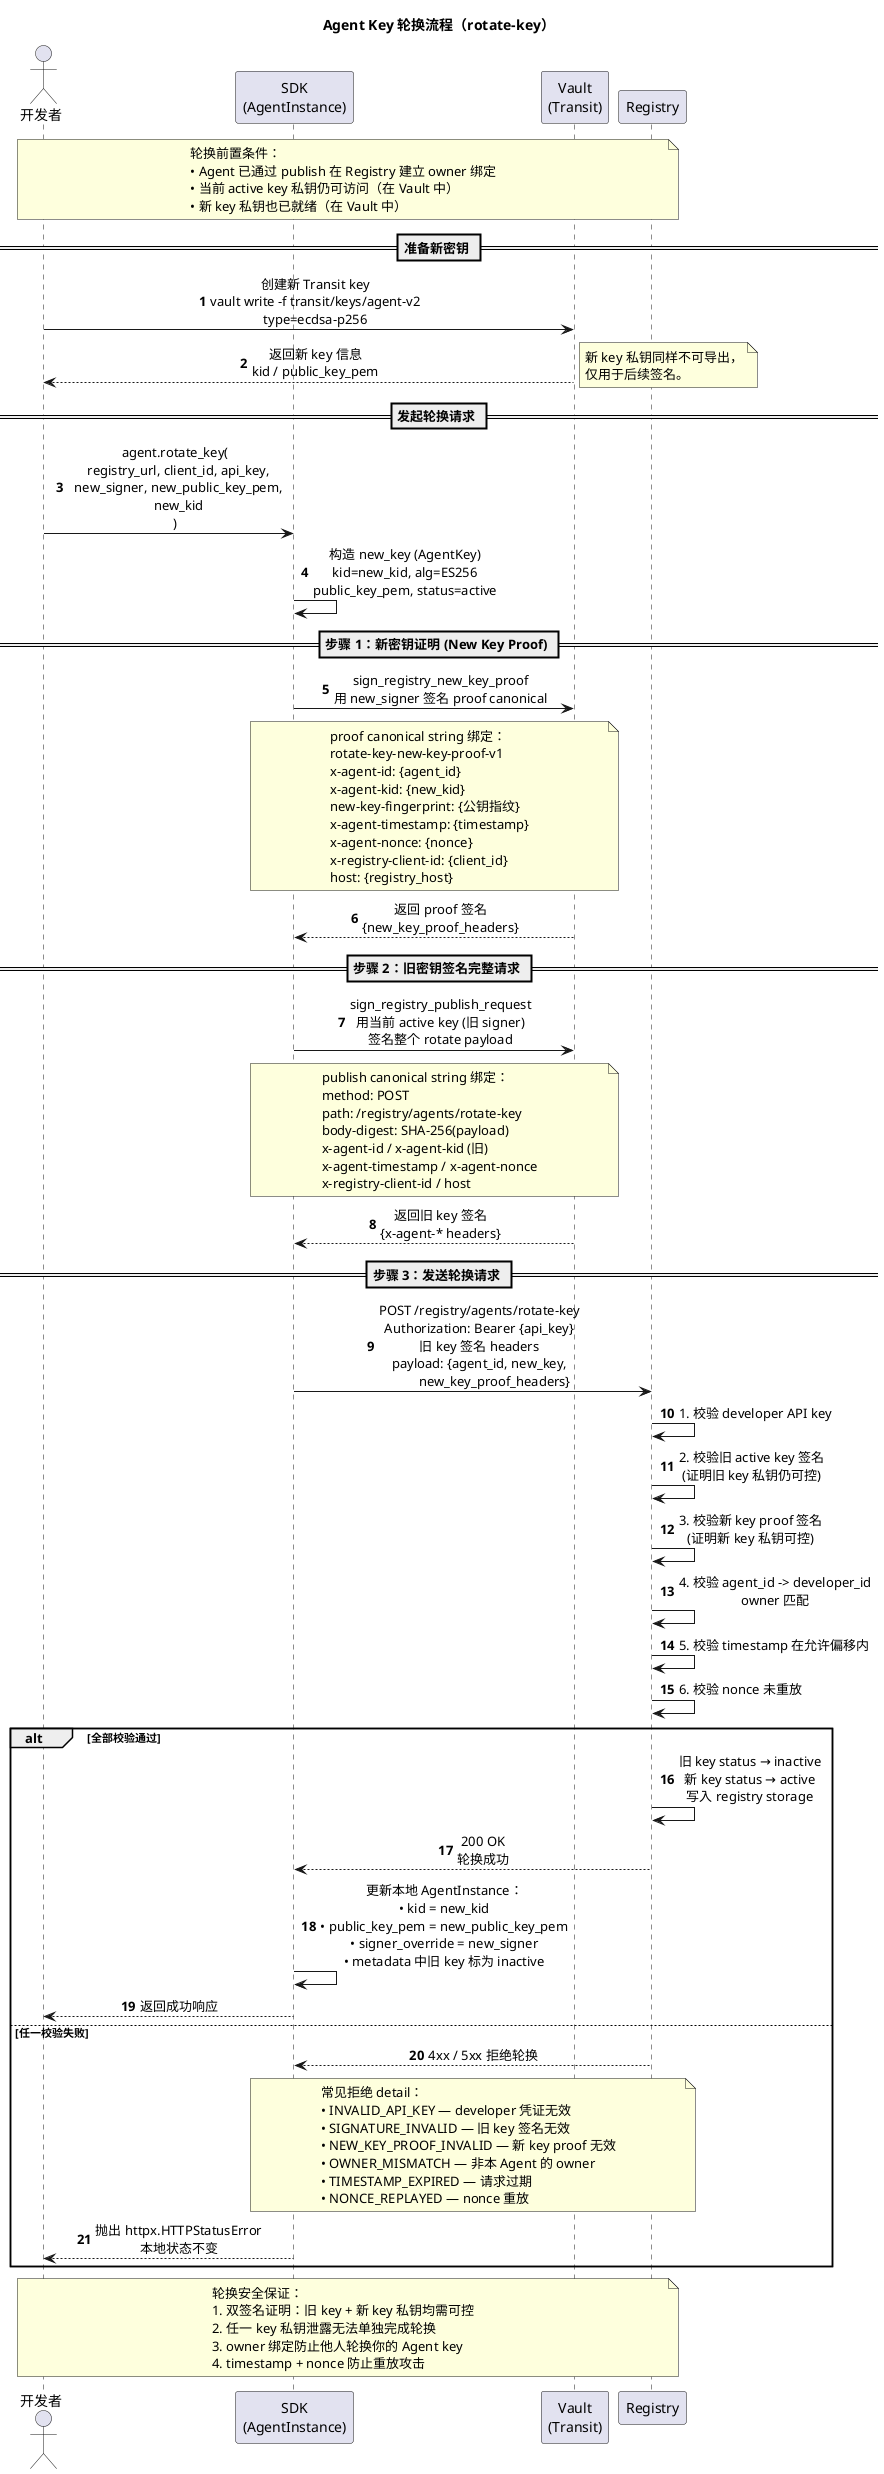
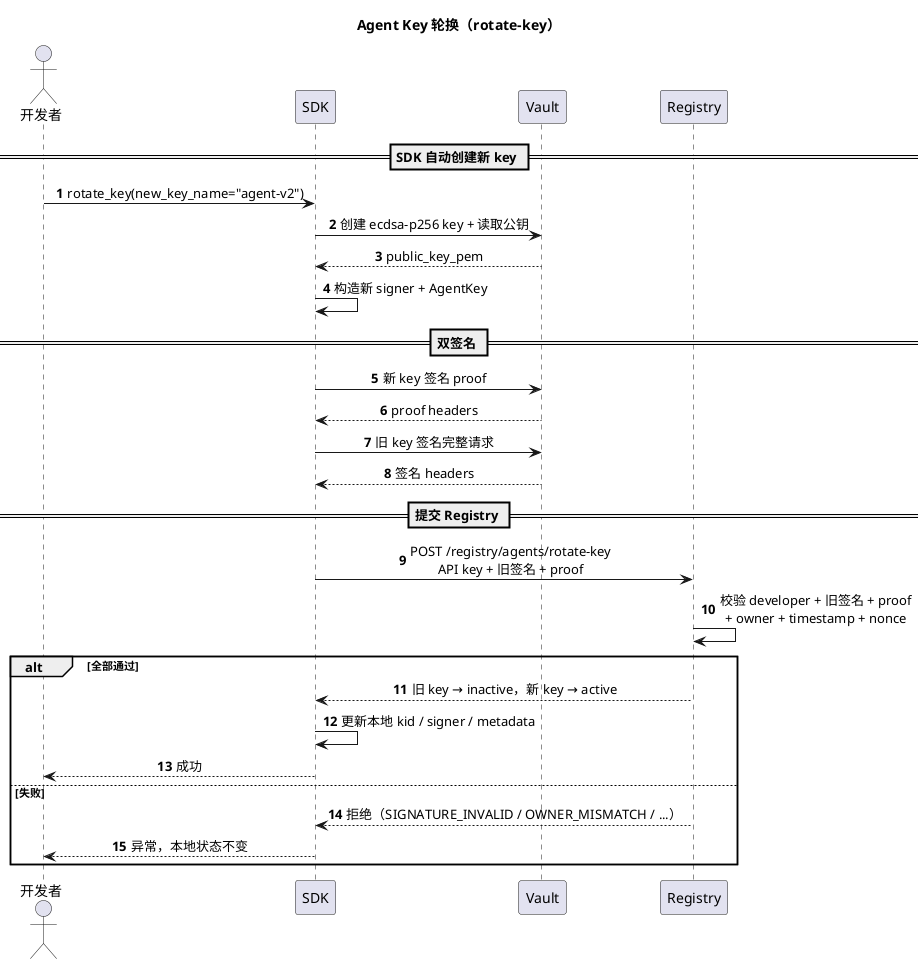
@startuml
- title Agent Key 轮换流程（rotate-key）
+ title Agent Key 轮换（rotate-key）

skinparam shadowing false
skinparam sequenceMessageAlign center
skinparam responseMessageBelowArrow true

<style>
-   participant {
-     Padding 28
-   }
-   box {
-     Padding 10
-   }
+   participant { Padding 28 }
+   box { Padding 10 }
</style>

autonumber

actor "开发者" as Dev
- participant "SDK\n(AgentInstance)" as SDK
- participant "Vault\n(Transit)" as Vault
+ participant "SDK" as SDK
+ participant "Vault" as Vault
participant "Registry" as Registry

- note over Dev, Registry
- 轮换前置条件：
- • Agent 已通过 publish 在 Registry 建立 owner 绑定
- • 当前 active key 私钥仍可访问（在 Vault 中）
- • 新 key 私钥也已就绪（在 Vault 中）
- end note
+ == SDK 自动创建新 key ==

- == 准备新密钥 ==
+ Dev -> SDK : rotate_key(new_key_name="agent-v2")
+ SDK -> Vault : 创建 ecdsa-p256 key + 读取公钥
+ Vault --> SDK : public_key_pem
+ SDK -> SDK : 构造新 signer + AgentKey

- Dev -> Vault : 创建新 Transit key\nvault write -f transit/keys/agent-v2\ntype=ecdsa-p256
- Vault --> Dev : 返回新 key 信息\nkid / public_key_pem
- note right
- 新 key 私钥同样不可导出，
- 仅用于后续签名。
- end note

- == 发起轮换请求 ==
+ == 双签名 ==

- Dev -> SDK : agent.rotate_key(\n  registry_url, client_id, api_key,\n  new_signer, new_public_key_pem,\n  new_kid\n)
+ SDK -> Vault : 新 key 签名 proof
+ Vault --> SDK : proof headers
+ SDK -> Vault : 旧 key 签名完整请求
+ Vault --> SDK : 签名 headers

- SDK -> SDK : 构造 new_key (AgentKey)\nkid=new_kid, alg=ES256\npublic_key_pem, status=active
+ == 提交 Registry ==

- == 步骤 1：新密钥证明 (New Key Proof) ==
+ SDK -> Registry : POST /registry/agents/rotate-key\nAPI key + 旧签名 + proof
+ Registry -> Registry : 校验 developer + 旧签名 + proof\n+ owner + timestamp + nonce

- SDK -> Vault : sign_registry_new_key_proof\n用 new_signer 签名 proof canonical
- note over SDK, Vault
- proof canonical string 绑定：
- rotate-key-new-key-proof-v1
- x-agent-id: {agent_id}
- x-agent-kid: {new_kid}
- new-key-fingerprint: {公钥指纹}
- x-agent-timestamp: {timestamp}
- x-agent-nonce: {nonce}
- x-registry-client-id: {client_id}
- host: {registry_host}
- end note
- Vault --> SDK : 返回 proof 签名\n{new_key_proof_headers}
- 
- == 步骤 2：旧密钥签名完整请求 ==
- 
- SDK -> Vault : sign_registry_publish_request\n用当前 active key (旧 signer)\n签名整个 rotate payload
- note over SDK, Vault
- publish canonical string 绑定：
- method: POST
- path: /registry/agents/rotate-key
- body-digest: SHA-256(payload)
- x-agent-id / x-agent-kid (旧)
- x-agent-timestamp / x-agent-nonce
- x-registry-client-id / host
- end note
- Vault --> SDK : 返回旧 key 签名\n{x-agent-* headers}
- 
- == 步骤 3：发送轮换请求 ==
- 
- SDK -> Registry : POST /registry/agents/rotate-key\nAuthorization: Bearer {api_key}\n旧 key 签名 headers\npayload: {agent_id, new_key,\n         new_key_proof_headers}
- 
- Registry -> Registry : 1. 校验 developer API key
- Registry -> Registry : 2. 校验旧 active key 签名\n(证明旧 key 私钥仍可控)
- Registry -> Registry : 3. 校验新 key proof 签名\n(证明新 key 私钥可控)
- Registry -> Registry : 4. 校验 agent_id -> developer_id\nowner 匹配
- Registry -> Registry : 5. 校验 timestamp 在允许偏移内
- Registry -> Registry : 6. 校验 nonce 未重放
- 
- alt 全部校验通过
-     Registry -> Registry : 旧 key status → inactive\n新 key status → active\n写入 registry storage
-     Registry --> SDK : 200 OK\n轮换成功
- 
-     SDK -> SDK : 更新本地 AgentInstance：\n• kid = new_kid\n• public_key_pem = new_public_key_pem\n• signer_override = new_signer\n• metadata 中旧 key 标为 inactive
-     SDK --> Dev : 返回成功响应
- 
- else 任一校验失败
-     Registry --> SDK : 4xx / 5xx 拒绝轮换
-     note over SDK, Registry
-       常见拒绝 detail：
-       • INVALID_API_KEY — developer 凭证无效
-       • SIGNATURE_INVALID — 旧 key 签名无效
-       • NEW_KEY_PROOF_INVALID — 新 key proof 无效
-       • OWNER_MISMATCH — 非本 Agent 的 owner
-       • TIMESTAMP_EXPIRED — 请求过期
-       • NONCE_REPLAYED — nonce 重放
-     end note
-     SDK --> Dev : 抛出 httpx.HTTPStatusError\n本地状态不变
+ alt 全部通过
+     Registry --> SDK : 旧 key → inactive，新 key → active
+     SDK -> SDK : 更新本地 kid / signer / metadata
+     SDK --> Dev : 成功
+ else 失败
+     Registry --> SDK : 拒绝（SIGNATURE_INVALID / OWNER_MISMATCH / ...）
+     SDK --> Dev : 异常，本地状态不变
end

- note over Dev, Registry
- 轮换安全保证：
- 1. 双签名证明：旧 key + 新 key 私钥均需可控
- 2. 任一 key 私钥泄露无法单独完成轮换
- 3. owner 绑定防止他人轮换你的 Agent key
- 4. timestamp + nonce 防止重放攻击
- end note
- 
@enduml
